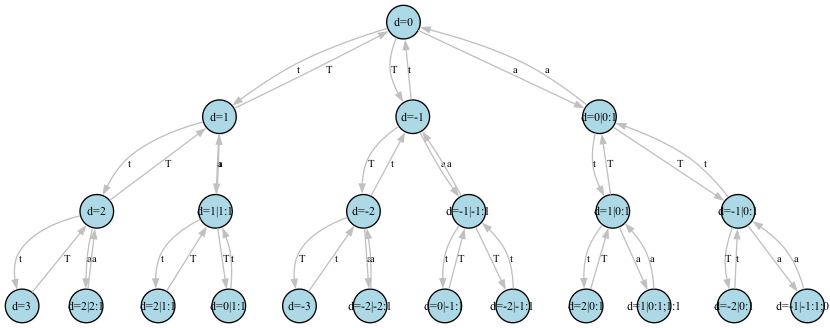
Before: lamplighter_B3.png, a diagram exported from Graphviz (milly-pope/lamplighter). Its source is kept beside it as lamplighter_B3.dot.
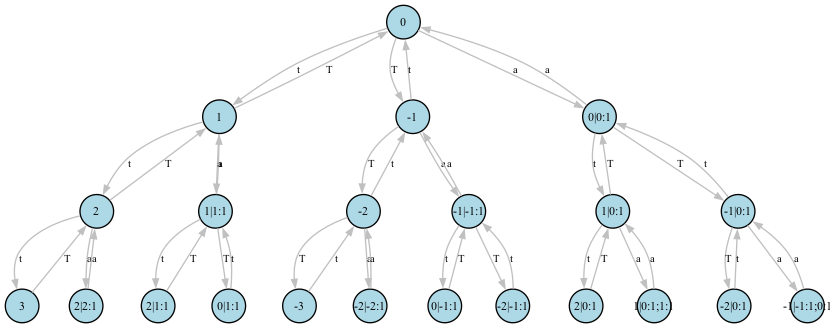
After the commit.

Change to the diagram source:
```diff
@@ -2,28 +2,28 @@
   rankdir=TB;
   node [shape=circle, style=filled, fillcolor=lightblue, width=0.35, fixedsize=true, fontsize=9];
   edge [fontsize=8, color=gray, arrowsize=0.6];
-  v0 [label="d=0"];
-  v1 [label="d=1"];
-  v2 [label="d=-1"];
-  v3 [label="d=0\|0:1"];
-  v4 [label="d=2"];
-  v5 [label="d=1\|1:1"];
-  v6 [label="d=-2"];
-  v7 [label="d=-1\|-1:1"];
-  v8 [label="d=1\|0:1"];
-  v9 [label="d=-1\|0:1"];
-  v10 [label="d=3"];
-  v11 [label="d=2\|2:1"];
-  v12 [label="d=2\|1:1"];
-  v13 [label="d=0\|1:1"];
-  v14 [label="d=-3"];
-  v15 [label="d=-2\|-2:1"];
-  v16 [label="d=0\|-1:1"];
-  v17 [label="d=-2\|-1:1"];
-  v18 [label="d=2\|0:1"];
-  v19 [label="d=1\|0:1;1:1"];
-  v20 [label="d=-2\|0:1"];
-  v21 [label="d=-1\|-1:1;0:1"];
+  v0 [label="0"];
+  v1 [label="1"];
+  v2 [label="-1"];
+  v3 [label="0\|0:1"];
+  v4 [label="2"];
+  v5 [label="1\|1:1"];
+  v6 [label="-2"];
+  v7 [label="-1\|-1:1"];
+  v8 [label="1\|0:1"];
+  v9 [label="-1\|0:1"];
+  v10 [label="3"];
+  v11 [label="2\|2:1"];
+  v12 [label="2\|1:1"];
+  v13 [label="0\|1:1"];
+  v14 [label="-3"];
+  v15 [label="-2\|-2:1"];
+  v16 [label="0\|-1:1"];
+  v17 [label="-2\|-1:1"];
+  v18 [label="2\|0:1"];
+  v19 [label="1\|0:1;1:1"];
+  v20 [label="-2\|0:1"];
+  v21 [label="-1\|-1:1;0:1"];
   v0 -> v1 [label="t"];
   v0 -> v2 [label="T"];
   v0 -> v3 [label="a"];
```
